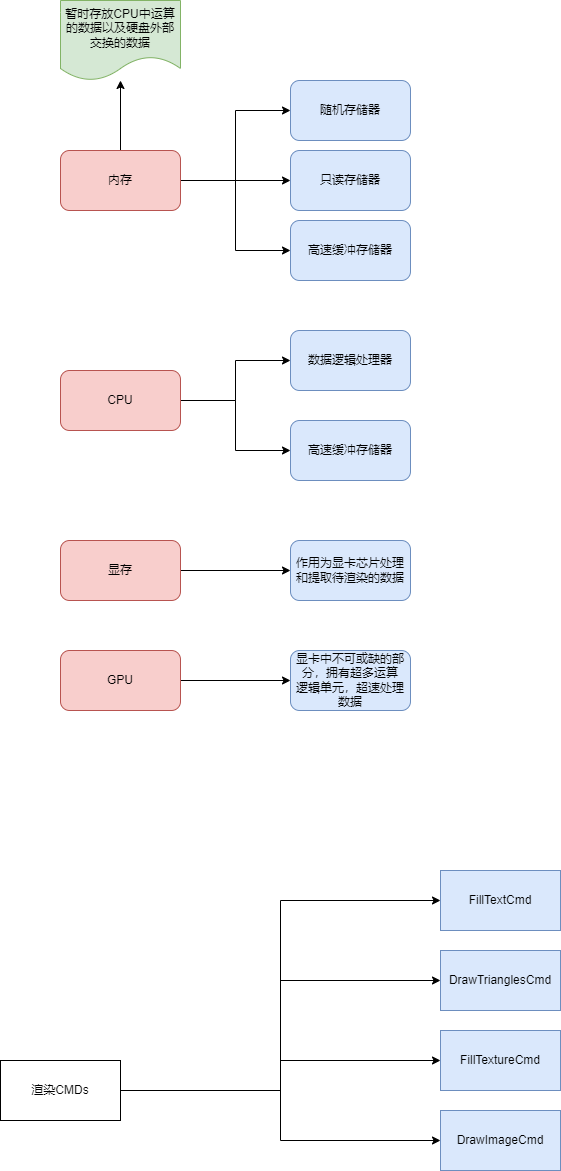
nikeoboy/mahjong keeps this draw.io diagram as 未命名绘图.drawio.png. Above is the earlier version. Source tidied: cells renumbered, new cells last; positions are measured from the earlier drawing's top-left corner, leaving out a move shared by most shapes.
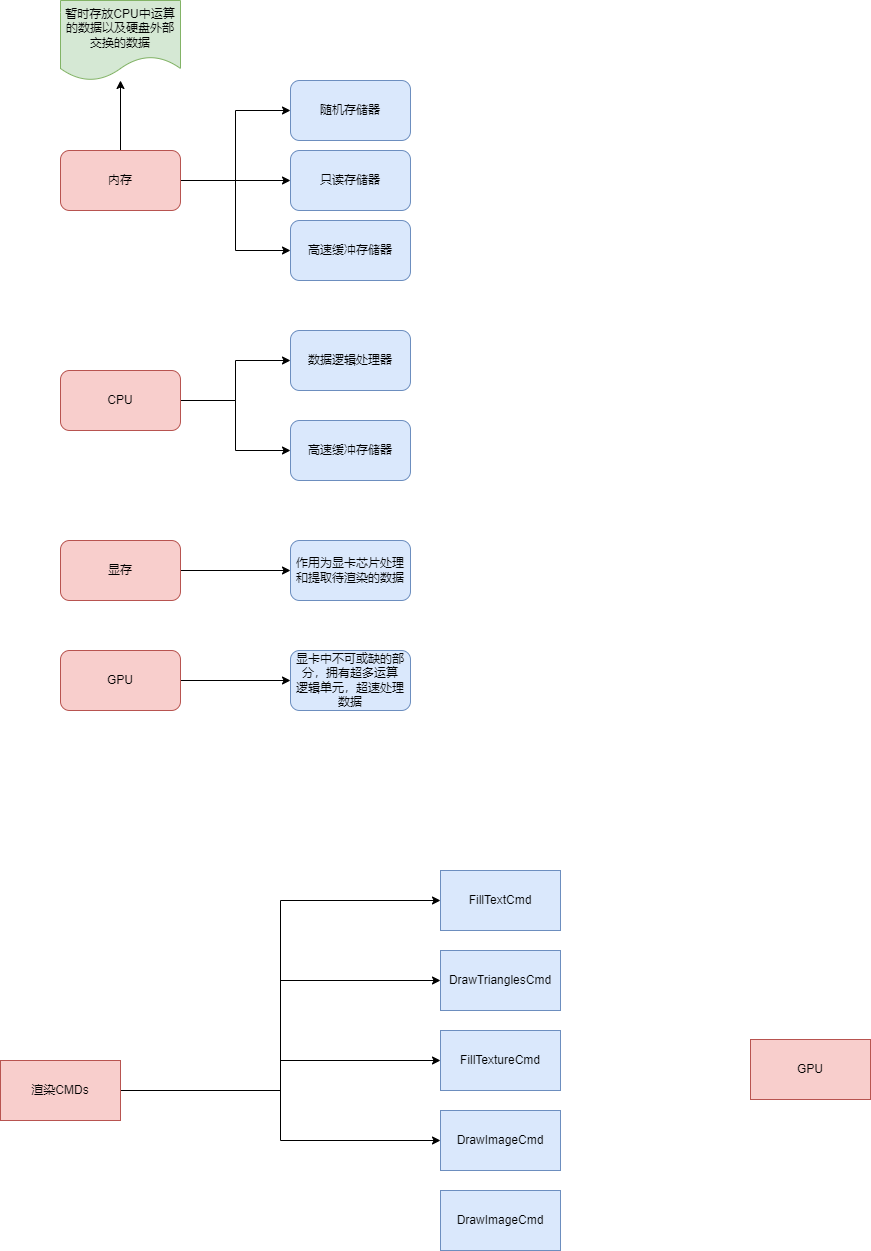
The same file after the commit.

Commit message:
更新未命名绘图.drawio.png

The edit, as a diff of the source:
```diff
@@ -74,7 +74,7 @@
     <mxCell id="25" style="edgeStyle=orthogonalEdgeStyle;rounded=0;jettySize=auto;html=1;exitX=1;exitY=0.5;exitDx=0;exitDy=0;entryX=0;entryY=0.5;entryDx=0;entryDy=0;" parent="1" edge="1" source="26" target="30">
       <mxGeometry relative="1" as="geometry" />
     </mxCell>
-    <mxCell id="26" value="渲染CMDs" style="rounded=0;whiteSpace=wrap;html=1;" parent="1" vertex="1">
+    <mxCell id="26" value="渲染CMDs" style="rounded=0;whiteSpace=wrap;html=1;fillColor=#f8cecc;strokeColor=#b85450;" parent="1" vertex="1">
       <mxGeometry y="1060" width="120" height="60" as="geometry" />
     </mxCell>
     <mxCell id="27" value="FillTextCmd" style="whiteSpace=wrap;html=1;rounded=0;fillColor=#dae8fc;strokeColor=#6c8ebf;" parent="1" vertex="1">
@@ -89,5 +89,11 @@
     <mxCell id="30" value="DrawImageCmd" style="whiteSpace=wrap;html=1;rounded=0;fillColor=#dae8fc;strokeColor=#6c8ebf;" parent="1" vertex="1">
       <mxGeometry x="440" y="1110" width="120" height="60" as="geometry" />
     </mxCell>
+    <mxCell id="31" value="DrawImageCmd" style="whiteSpace=wrap;html=1;rounded=0;fillColor=#dae8fc;strokeColor=#6c8ebf;" parent="1" vertex="1">
+      <mxGeometry x="440" y="1190" width="120" height="60" as="geometry" />
+    </mxCell>
+    <mxCell id="32" value="GPU" style="rounded=0;whiteSpace=wrap;html=1;fillColor=#f8cecc;strokeColor=#b85450;" parent="1" vertex="1">
+      <mxGeometry x="750" y="1039" width="120" height="60" as="geometry" />
+    </mxCell>
   </root>
 </mxGraphModel>
```
